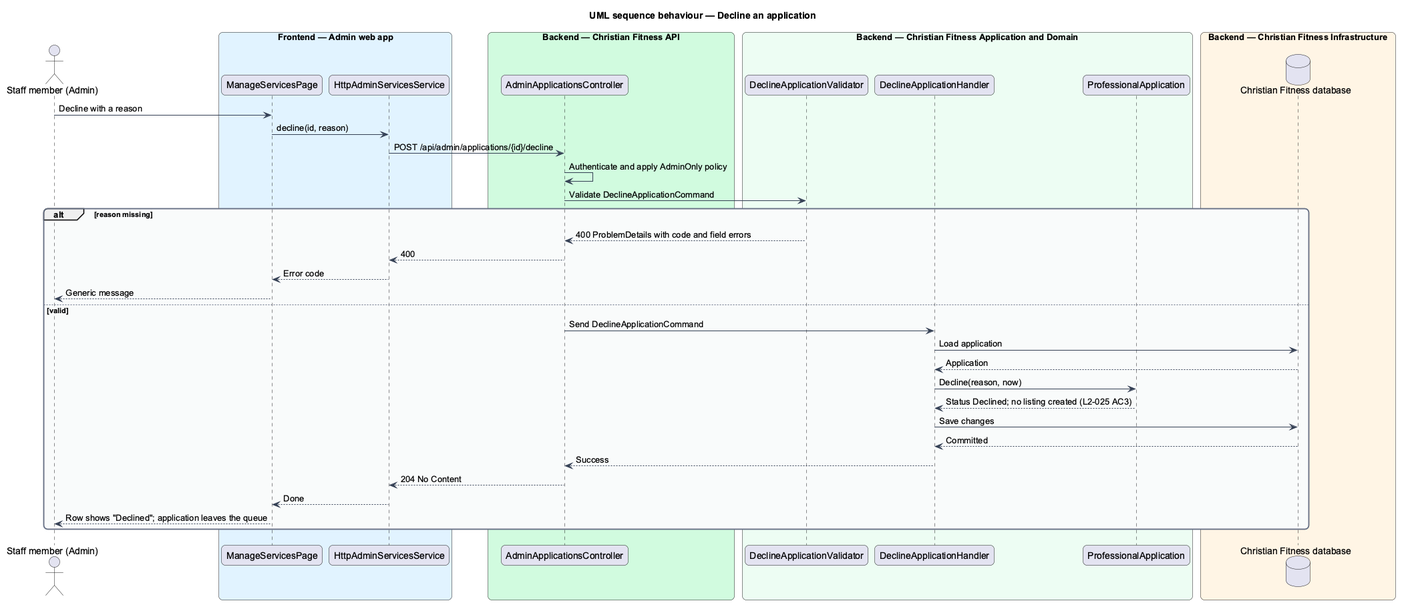
Earlier version of the PlantUML export docs/detailed-designs/admin-services/review-applications/diagrams/sequence-decline.png (QuinntyneBrown/christian-fitness).
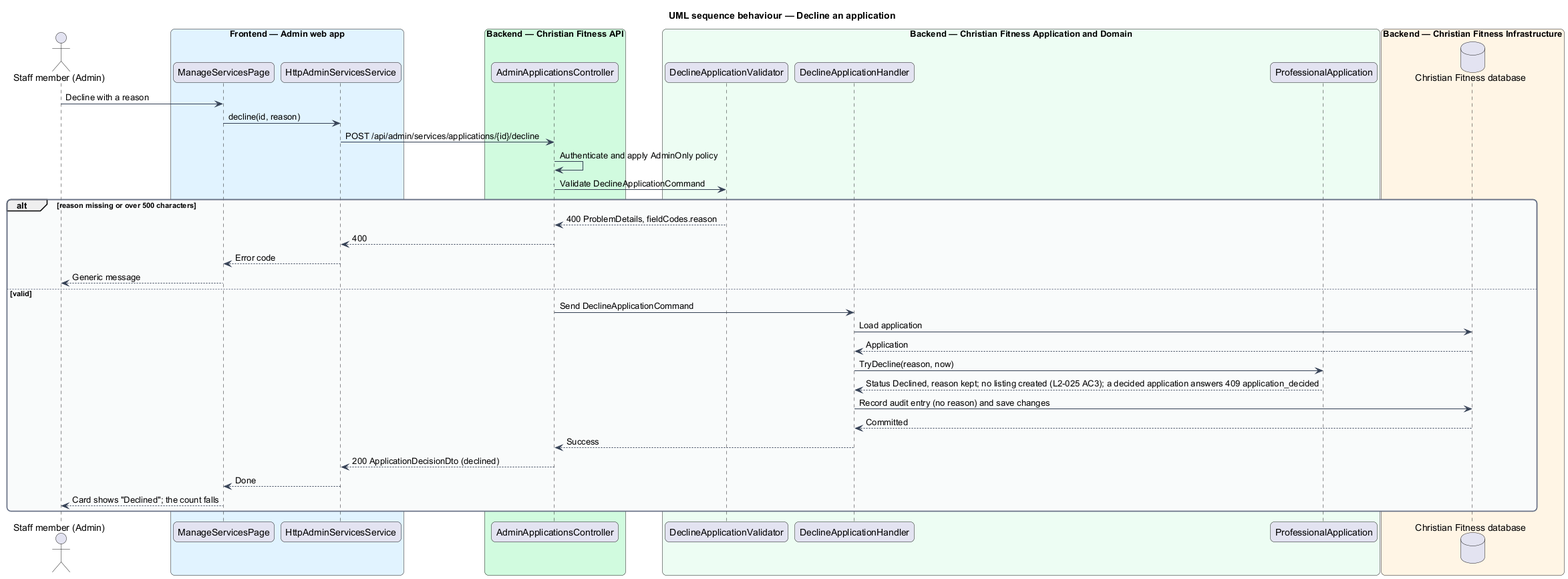
After the commit.

Diff of the diagram source:
```diff
@@ -32,11 +32,11 @@
 end box
 actor -> page : Decline with a reason
 page -> client : decline(id, reason)
-client -> ctrl : POST /api/admin/applications/{id}/decline
+client -> ctrl : POST /api/admin/services/applications/{id}/decline
 ctrl -> ctrl : Authenticate and apply AdminOnly policy
 ctrl -> val : Validate DeclineApplicationCommand
-alt reason missing
-  val --> ctrl : 400 ProblemDetails with code and field errors
+alt reason missing or over 500 characters
+  val --> ctrl : 400 ProblemDetails, fieldCodes.reason
   ctrl --> client : 400
   client --> page : Error code
   page --> actor : Generic message
@@ -44,13 +44,13 @@
   ctrl -> h : Send DeclineApplicationCommand
   h -> db : Load application
   db --> h : Application
-  h -> ent : Decline(reason, now)
-  ent --> h : Status Declined; no listing created (L2-025 AC3)
-  h -> db : Save changes
+  h -> ent : TryDecline(reason, now)
+  ent --> h : Status Declined, reason kept; no listing created (L2-025 AC3); a decided application answers 409 application_decided
+  h -> db : Record audit entry (no reason) and save changes
   db --> h : Committed
   h --> ctrl : Success
-  ctrl --> client : 204 No Content
+  ctrl --> client : 200 ApplicationDecisionDto (declined)
   client --> page : Done
-  page --> actor : Row shows "Declined"; application leaves the queue
+  page --> actor : Card shows "Declined"; the count falls
 end
 @enduml
```
